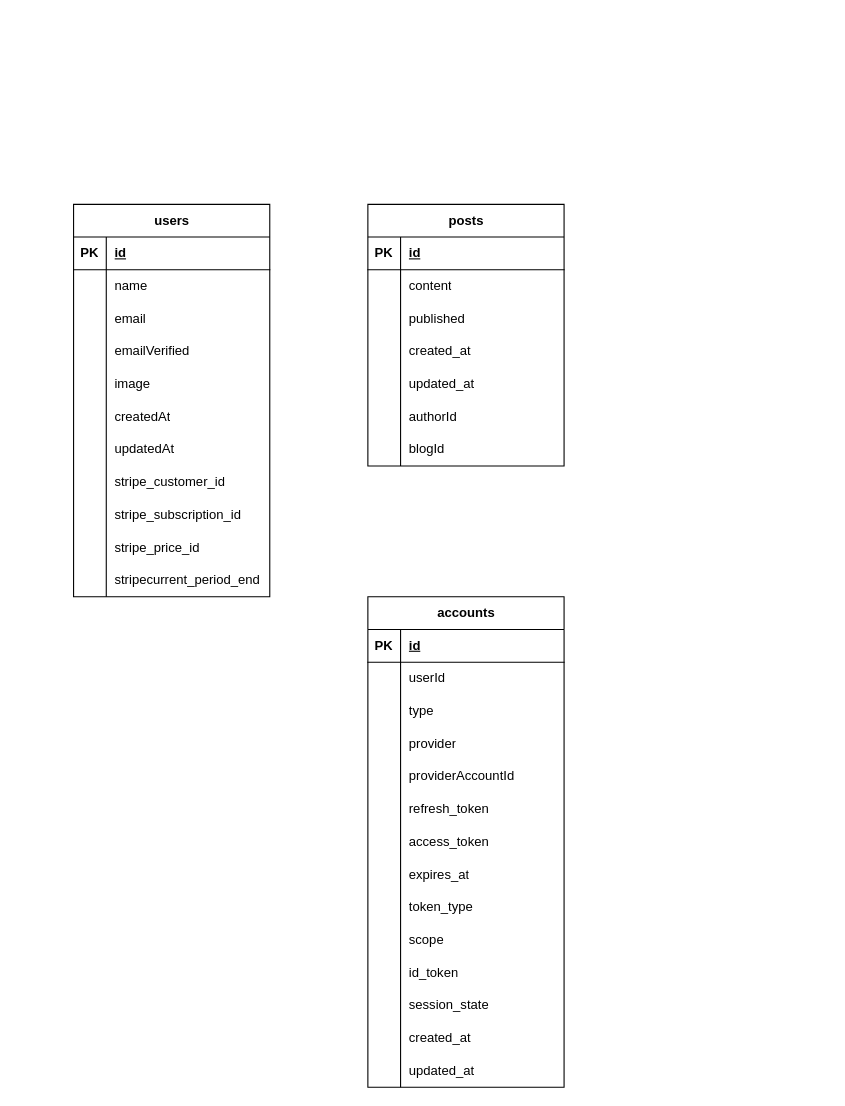
Above: test.drawio in ny-555/infoblend (draw.io), before the change. Source tidied: cells renumbered, new cells numbered last; positions are measured from the earlier drawing's top-left corner, leaving out a move shared by most shapes. Both pictures are drawn from the tidied source at 109%, with x=0, y=0 at pixel (73, 204).
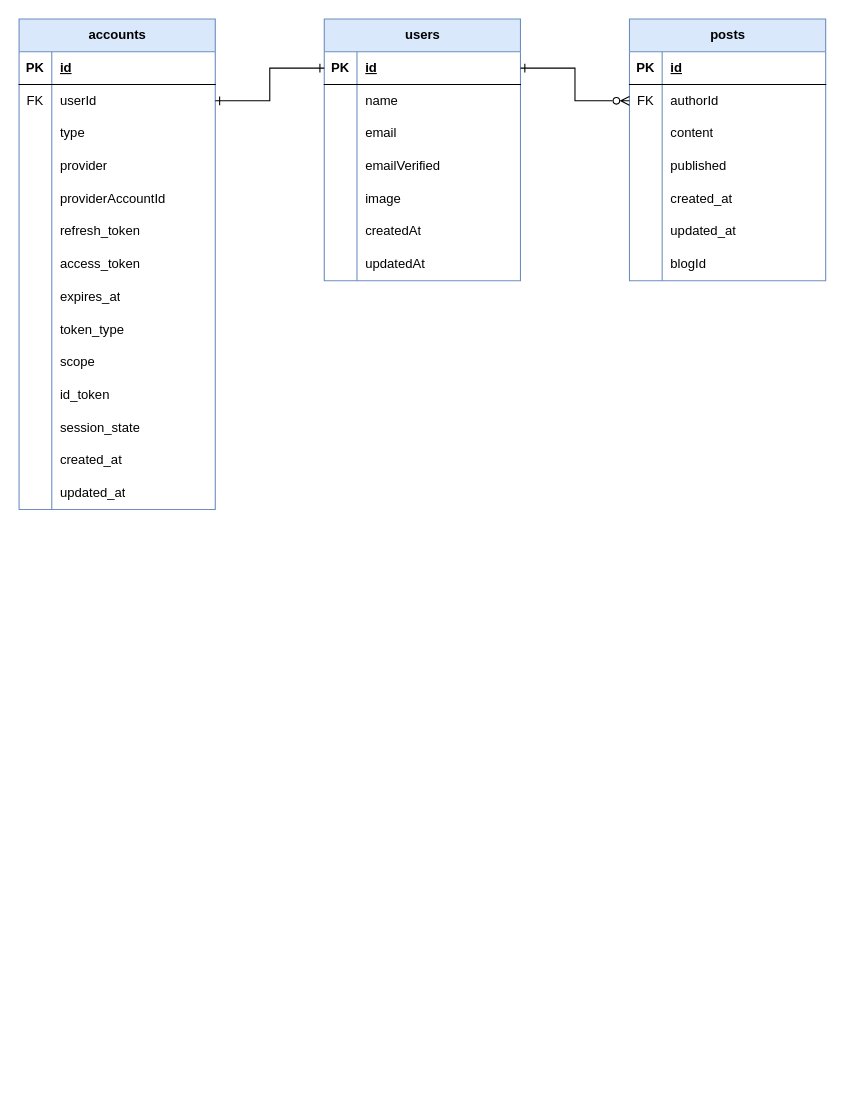
Above is the later version.

Unchanged cells that the change refers to:
```xml
<mxCell id="3" style="shape=tableRow;horizontal=0;startSize=0;swimlaneHead=0;swimlaneBody=0;fillColor=none;points=[[0,0.5],[1,0.5]];portConstraint=eastwest;top=0;left=0;right=0;bottom=1;" parent="2" vertex="1">
  <mxGeometry y="30" width="180" height="30" as="geometry" />
</mxCell>
<mxCell id="62" style="shape=tableRow;horizontal=0;startSize=0;swimlaneHead=0;swimlaneBody=0;fillColor=none;points=[[0,0.5],[1,0.5]];portConstraint=eastwest;top=0;left=0;right=0;bottom=0;" parent="58" vertex="1">
  <mxGeometry y="60" width="180" height="30" as="geometry" />
</mxCell>
```

Change to the diagram source:
```diff
@@
-<mxGraphModel>
+<mxGraphModel background="#FFFFFF">
@@
-    <mxCell id="2" value="users" style="shape=table;startSize=30;childLayout=tableLayout;rowLines=0;fontStyle=1;align=center;html=1;" parent="1" vertex="1">
-      <mxGeometry width="180" height="360" as="geometry" />
+    <mxCell id="2" value="users" style="shape=table;startSize=30;childLayout=tableLayout;rowLines=0;fontStyle=1;align=center;html=1;fillColor=#dae8fc;strokeColor=#6c8ebf;" parent="1" vertex="1">
+      <mxGeometry x="230" y="-170" width="180" height="240" as="geometry" />
     </mxCell>
@@
-    <mxCell id="24" style="shape=tableRow;horizontal=0;startSize=0;swimlaneHead=0;swimlaneBody=0;fillColor=none;top=0;left=0;right=0;bottom=0;" parent="2" vertex="1">
-      <mxGeometry y="240" width="180" height="30" as="geometry" />
-    </mxCell>
-    <mxCell id="25" style="shape=partialRectangle;fillColor=none;top=0;left=0;bottom=0;right=0;overflow=hidden;whiteSpace=wrap;html=1;" parent="24" vertex="1">
-      <mxGeometry width="30" height="30" as="geometry" />
-    </mxCell>
-    <mxCell id="26" value="stripe_customer_id" style="shape=partialRectangle;fillColor=none;top=0;left=0;bottom=0;right=0;align=left;spacingLeft=6;overflow=hidden;whiteSpace=wrap;html=1;" parent="24" vertex="1">
-      <mxGeometry x="30" width="150" height="30" as="geometry" />
-    </mxCell>
-    <mxCell id="27" style="shape=tableRow;horizontal=0;startSize=0;swimlaneHead=0;swimlaneBody=0;fillColor=none;top=0;left=0;right=0;bottom=0;" parent="2" vertex="1">
-      <mxGeometry y="270" width="180" height="30" as="geometry" />
-    </mxCell>
-    <mxCell id="28" style="shape=partialRectangle;fillColor=none;top=0;left=0;bottom=0;right=0;overflow=hidden;whiteSpace=wrap;html=1;" parent="27" vertex="1">
-      <mxGeometry width="30" height="30" as="geometry" />
-    </mxCell>
-    <mxCell id="29" value="stripe_subscription_id" style="shape=partialRectangle;fillColor=none;top=0;left=0;bottom=0;right=0;align=left;spacingLeft=6;overflow=hidden;whiteSpace=wrap;html=1;" parent="27" vertex="1">
-      <mxGeometry x="30" width="150" height="30" as="geometry" />
-    </mxCell>
-    <mxCell id="30" style="shape=tableRow;horizontal=0;startSize=0;swimlaneHead=0;swimlaneBody=0;fillColor=none;top=0;left=0;right=0;bottom=0;" parent="2" vertex="1">
-      <mxGeometry y="300" width="180" height="30" as="geometry" />
-    </mxCell>
-    <mxCell id="31" style="shape=partialRectangle;fillColor=none;top=0;left=0;bottom=0;right=0;overflow=hidden;whiteSpace=wrap;html=1;" parent="30" vertex="1">
-      <mxGeometry width="30" height="30" as="geometry" />
-    </mxCell>
-    <mxCell id="32" value="stripe_price_id" style="shape=partialRectangle;fillColor=none;top=0;left=0;bottom=0;right=0;align=left;spacingLeft=6;overflow=hidden;whiteSpace=wrap;html=1;" parent="30" vertex="1">
-      <mxGeometry x="30" width="150" height="30" as="geometry" />
-    </mxCell>
-    <mxCell id="33" style="shape=tableRow;horizontal=0;startSize=0;swimlaneHead=0;swimlaneBody=0;fillColor=none;top=0;left=0;right=0;bottom=0;" parent="2" vertex="1">
-      <mxGeometry y="330" width="180" height="30" as="geometry" />
-    </mxCell>
-    <mxCell id="34" style="shape=partialRectangle;fillColor=none;top=0;left=0;bottom=0;right=0;overflow=hidden;whiteSpace=wrap;html=1;" parent="33" vertex="1">
-      <mxGeometry width="30" height="30" as="geometry" />
-    </mxCell>
-    <mxCell id="35" value="stripecurrent_period_end" style="shape=partialRectangle;fillColor=none;top=0;left=0;bottom=0;right=0;align=left;spacingLeft=6;overflow=hidden;whiteSpace=wrap;html=1;" parent="33" vertex="1">
-      <mxGeometry x="30" width="150" height="30" as="geometry" />
-    </mxCell>
-    <mxCell id="36" value="posts" style="shape=table;startSize=30;childLayout=tableLayout;rowLines=0;fontStyle=1;align=center;html=1;" parent="1" vertex="1">
-      <mxGeometry x="270" width="180" height="240" as="geometry" />
+    <mxCell id="36" value="posts" style="shape=table;startSize=30;childLayout=tableLayout;rowLines=0;fontStyle=1;align=center;html=1;fillColor=#dae8fc;strokeColor=#6c8ebf;" parent="1" vertex="1">
+      <mxGeometry x="510" y="-170" width="180" height="240" as="geometry" />
     </mxCell>
@@
+    <mxCell id="52" style="shape=tableRow;horizontal=0;startSize=0;swimlaneHead=0;swimlaneBody=0;fillColor=none;points=[[0,0.5],[1,0.5]];portConstraint=eastwest;top=0;left=0;right=0;bottom=0;" parent="36" vertex="1">
+      <mxGeometry y="60" width="180" height="30" as="geometry" />
+    </mxCell>
+    <mxCell id="53" value="FK" style="shape=partialRectangle;fillColor=none;top=0;left=0;bottom=0;right=0;overflow=hidden;whiteSpace=wrap;html=1;" parent="52" vertex="1">
+      <mxGeometry width="30" height="30" as="geometry" />
+    </mxCell>
+    <mxCell id="54" value="authorId" style="shape=partialRectangle;fillColor=none;top=0;left=0;bottom=0;right=0;align=left;spacingLeft=6;overflow=hidden;whiteSpace=wrap;html=1;" parent="52" vertex="1">
+      <mxGeometry x="30" width="150" height="30" as="geometry" />
+    </mxCell>
     <mxCell id="40" style="shape=tableRow;horizontal=0;startSize=0;swimlaneHead=0;swimlaneBody=0;fillColor=none;top=0;left=0;right=0;bottom=0;" parent="36" vertex="1">
-      <mxGeometry y="60" width="180" height="30" as="geometry" />
+      <mxGeometry y="90" width="180" height="30" as="geometry" />
     </mxCell>
@@
     <mxCell id="43" style="shape=tableRow;horizontal=0;startSize=0;swimlaneHead=0;swimlaneBody=0;fillColor=none;top=0;left=0;right=0;bottom=0;" parent="36" vertex="1">
-      <mxGeometry y="90" width="180" height="30" as="geometry" />
+      <mxGeometry y="120" width="180" height="30" as="geometry" />
     </mxCell>
@@
     <mxCell id="46" style="shape=tableRow;horizontal=0;startSize=0;swimlaneHead=0;swimlaneBody=0;fillColor=none;top=0;left=0;right=0;bottom=0;" parent="36" vertex="1">
-      <mxGeometry y="120" width="180" height="30" as="geometry" />
+      <mxGeometry y="150" width="180" height="30" as="geometry" />
     </mxCell>
@@
     <mxCell id="49" style="shape=tableRow;horizontal=0;startSize=0;swimlaneHead=0;swimlaneBody=0;fillColor=none;top=0;left=0;right=0;bottom=0;" parent="36" vertex="1">
-      <mxGeometry y="150" width="180" height="30" as="geometry" />
+      <mxGeometry y="180" width="180" height="30" as="geometry" />
     </mxCell>
@@
-    <mxCell id="52" style="shape=tableRow;horizontal=0;startSize=0;swimlaneHead=0;swimlaneBody=0;fillColor=none;points=[[0,0.5],[1,0.5]];portConstraint=eastwest;top=0;left=0;right=0;bottom=0;" parent="36" vertex="1">
-      <mxGeometry y="180" width="180" height="30" as="geometry" />
-    </mxCell>
-    <mxCell id="53" style="shape=partialRectangle;fillColor=none;top=0;left=0;bottom=0;right=0;overflow=hidden;whiteSpace=wrap;html=1;" parent="52" vertex="1">
-      <mxGeometry width="30" height="30" as="geometry" />
-    </mxCell>
-    <mxCell id="54" value="authorId" style="shape=partialRectangle;fillColor=none;top=0;left=0;bottom=0;right=0;align=left;spacingLeft=6;overflow=hidden;whiteSpace=wrap;html=1;" parent="52" vertex="1">
-      <mxGeometry x="30" width="150" height="30" as="geometry" />
-    </mxCell>
@@
-    <mxCell id="58" value="accounts" style="shape=table;startSize=30;childLayout=tableLayout;rowLines=0;fontStyle=1;align=center;html=1;" parent="1" vertex="1">
-      <mxGeometry x="270" y="360" width="180" height="450" as="geometry" />
+    <mxCell id="58" value="accounts" style="shape=table;startSize=30;childLayout=tableLayout;rowLines=0;fontStyle=1;align=center;html=1;fillColor=#dae8fc;strokeColor=#6c8ebf;gradientColor=none;" parent="1" vertex="1">
+      <mxGeometry x="-50" y="-170" width="180" height="450" as="geometry" />
     </mxCell>
@@
-    <mxCell id="63" style="shape=partialRectangle;fillColor=none;top=0;left=0;bottom=0;right=0;overflow=hidden;whiteSpace=wrap;html=1;" parent="62" vertex="1">
+    <mxCell id="63" value="FK" style="shape=partialRectangle;fillColor=none;top=0;left=0;bottom=0;right=0;overflow=hidden;whiteSpace=wrap;html=1;" parent="62" vertex="1">
       <mxGeometry width="30" height="30" as="geometry" />
     </mxCell>
@@
+    <mxCell id="101" style="edgeStyle=orthogonalEdgeStyle;html=1;exitX=1;exitY=0.5;exitDx=0;exitDy=0;entryX=0;entryY=0.5;entryDx=0;entryDy=0;rounded=0;curved=0;startArrow=ERone;startFill=0;endArrow=ERone;endFill=0;" parent="1" edge="1" source="62" target="3">
+      <mxGeometry relative="1" as="geometry" />
+    </mxCell>
+    <mxCell id="102" style="edgeStyle=orthogonalEdgeStyle;html=1;exitX=1;exitY=0.5;exitDx=0;exitDy=0;entryX=0;entryY=0.5;entryDx=0;entryDy=0;rounded=0;curved=0;startArrow=ERone;startFill=0;endArrow=ERzeroToMany;endFill=0;" parent="1" edge="1" source="3" target="52">
+      <mxGeometry relative="1" as="geometry" />
+    </mxCell>
```
